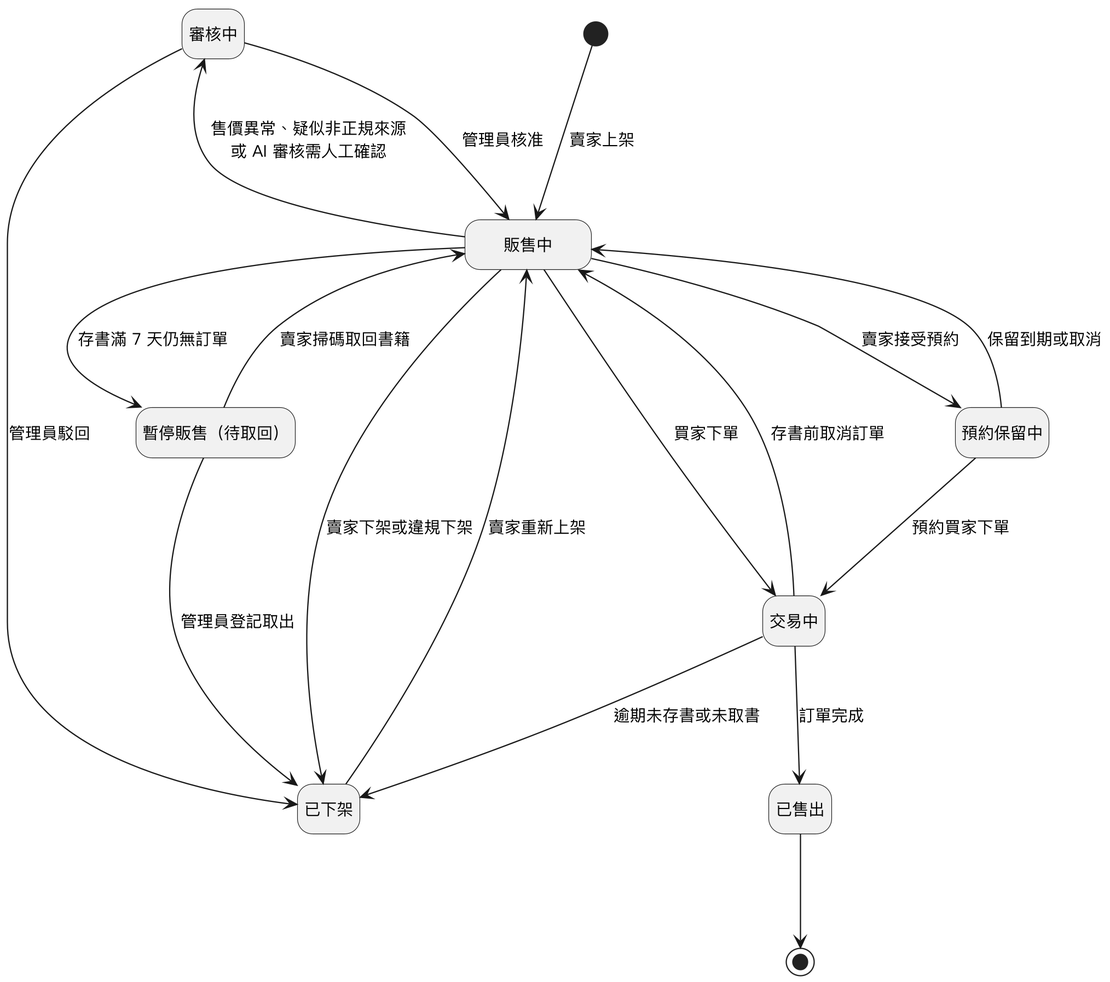
SaveMyBook/SaveMyBook keeps this PlantUML diagram as Diagrams/State Machine/v3/state_books.png. Above is the earlier version.
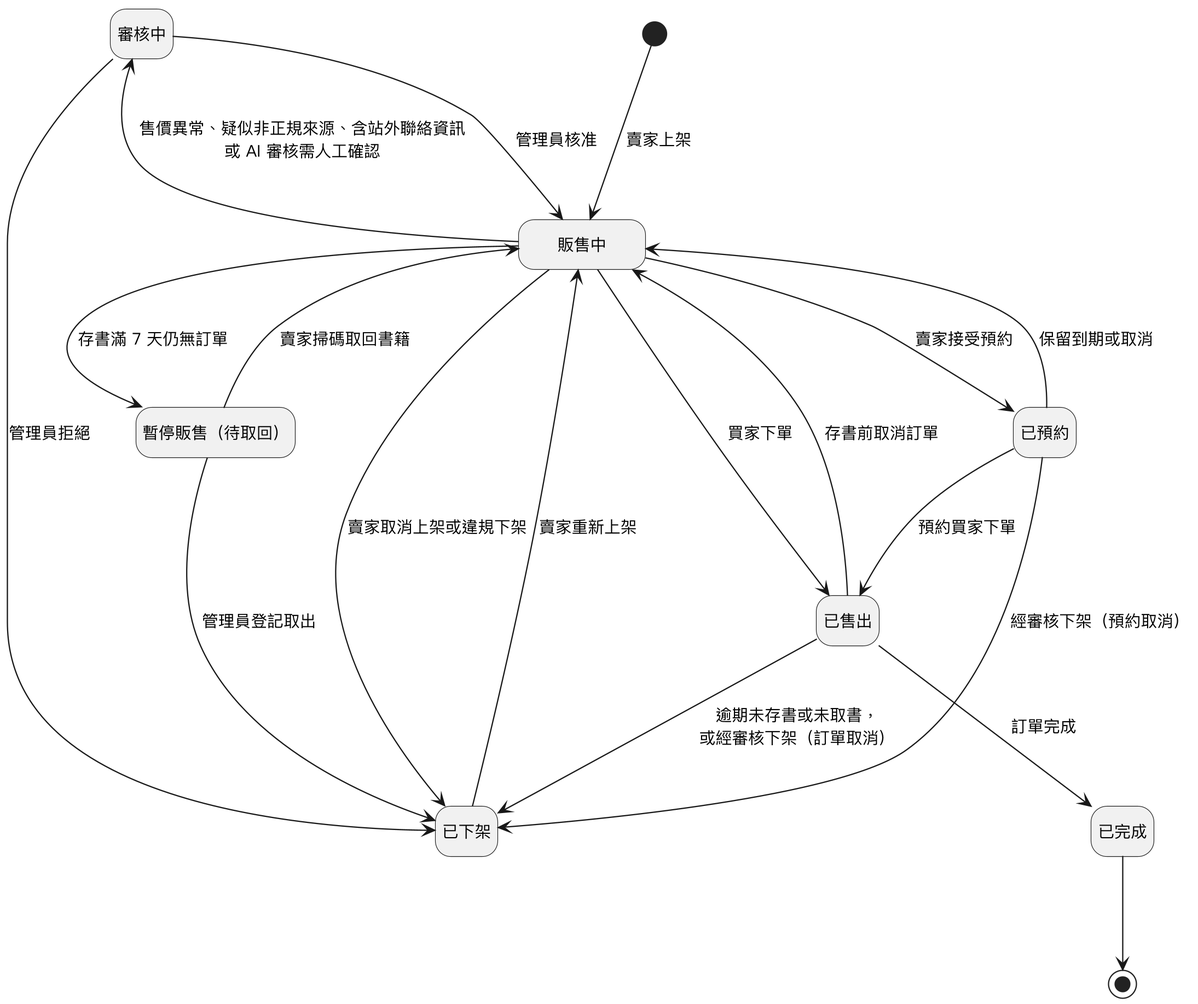
Above is the later version.

The edit, as a diff of the source:
```diff
@@ -11,20 +11,21 @@
 state "　　販售中　　" as 販售中
 
 [*] --> 販售中 : 賣家上架
-販售中 -up-> 審核中 : 售價異常、疑似非正規來源\n或 AI 審核需人工確認
+販售中 -up-> 審核中 : 售價異常、疑似非正規來源、含站外聯絡資訊\n或 AI 審核需人工確認
 審核中 -down-> 販售中 : 管理員核准
-審核中 --> 已下架 : 管理員駁回
+審核中 --> 已下架 : 管理員拒絕
 販售中 --> 暫停販售 : 存書滿 7 天仍無訂單
 暫停販售 --> 販售中 : 賣家掃碼取回書籍
 暫停販售 --> 已下架 : 管理員登記取出
-販售中 --> 已下架 : 賣家下架或違規下架
+販售中 --> 已下架 : 賣家取消上架或違規下架
 已下架 --> 販售中 : 賣家重新上架
-販售中 --> 交易中 : 買家下單
-販售中 --> 預約保留中 : 賣家接受預約
-預約保留中 --> 販售中 : 保留到期或取消
-預約保留中 --> 交易中 : 預約買家下單
-交易中 --> 販售中 : 存書前取消訂單
-交易中 --> 已售出 : 訂單完成
-交易中 --> 已下架 : 逾期未存書或未取書
-已售出 --> [*]
+販售中 --> 已售出 : 買家下單
+販售中 --> 已預約 : 賣家接受預約
+已預約 --> 販售中 : 保留到期或取消
+已預約 --> 已售出 : 預約買家下單
+已預約 --> 已下架 : 經審核下架（預約取消）
+已售出 --> 販售中 : 存書前取消訂單
+已售出 --> 已完成 : 訂單完成
+已售出 --> 已下架 : 逾期未存書或未取書，\n或經審核下架（訂單取消）
+已完成 --> [*]
 @enduml
```
